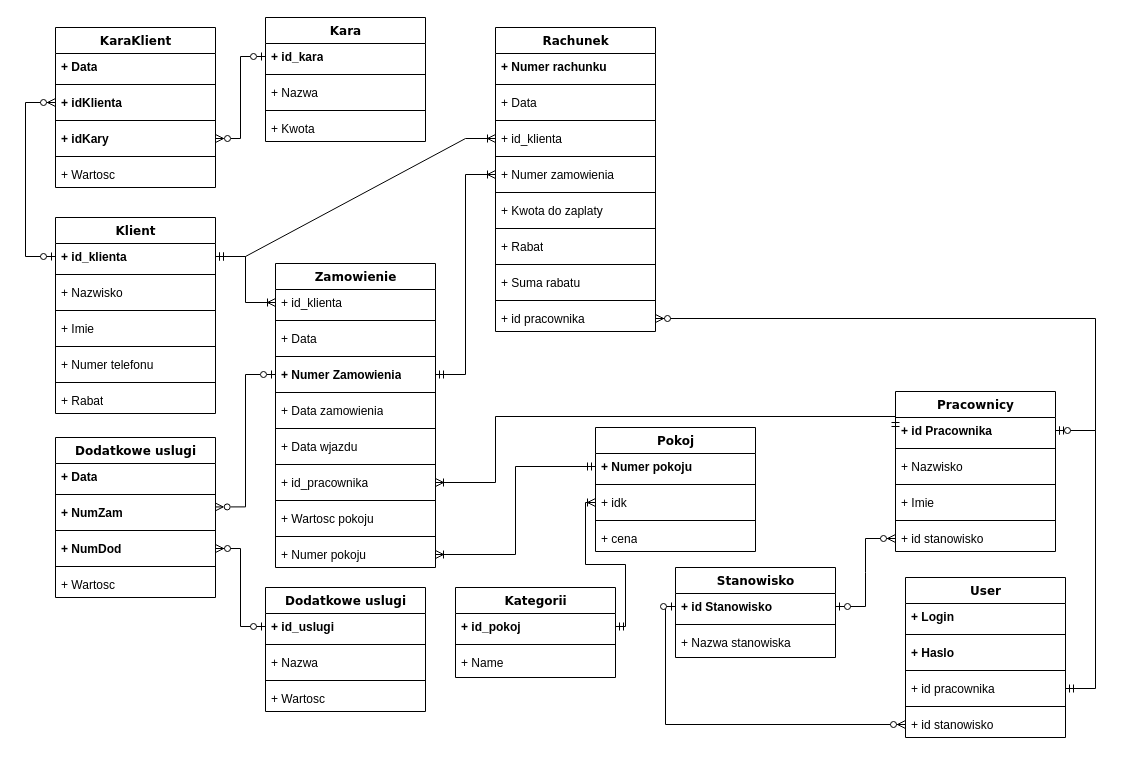
Earlier version of the draw.io diagram Hotel California.drawio (DemskyiDm/Horyzont). Source tidied: cells renumbered, new cells numbered last; positions are measured from the earlier drawing's top-left corner, leaving out a move shared by most shapes. Both pictures are drawn from the tidied source at 100%, with x=0, y=0 at pixel (25, 17).
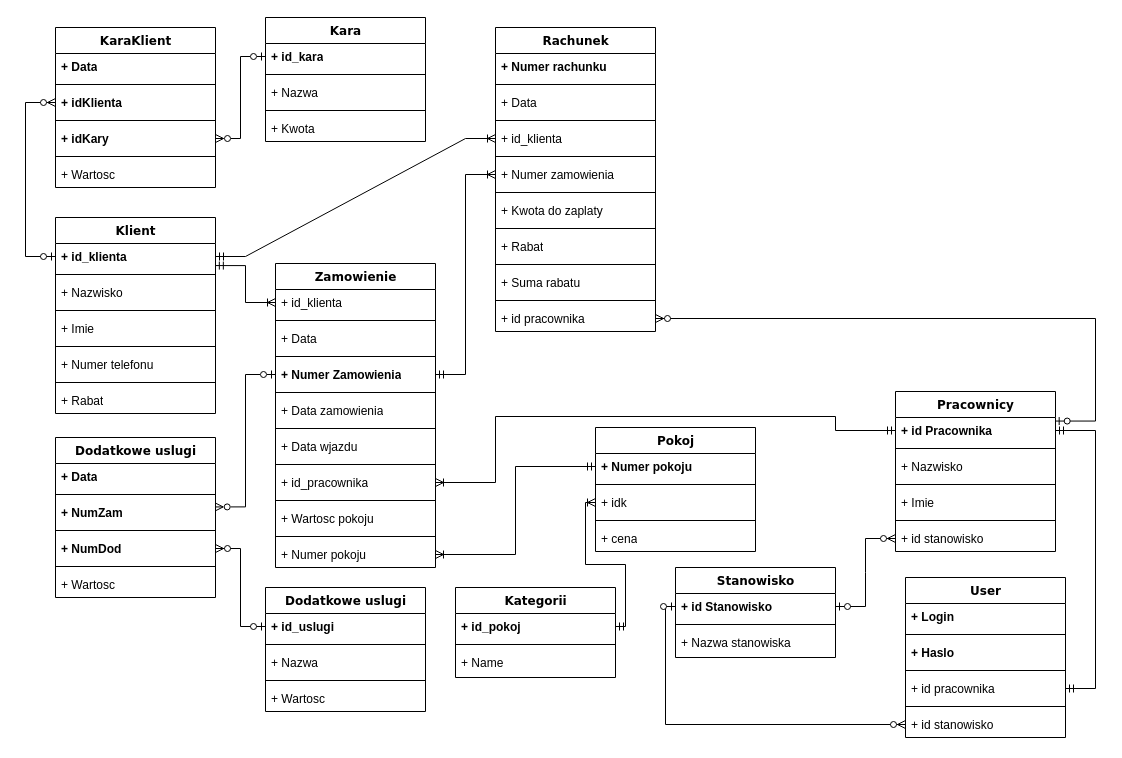
After the change.

The change refers to these unchanged cells:
```xml
<mxCell id="22" value="&lt;b&gt;+ id_klienta&lt;/b&gt;" style="text;html=1;strokeColor=none;fillColor=none;align=left;verticalAlign=top;spacingLeft=4;spacingRight=4;whiteSpace=wrap;overflow=hidden;points=[[0,0.5],[1,0.5]];portConstraint=eastwest;" parent="21" vertex="1">
  <mxGeometry y="26" width="160" height="26" as="geometry" />
</mxCell>
<mxCell id="46" value="+ id_klienta" style="text;html=1;strokeColor=none;fillColor=none;align=left;verticalAlign=top;spacingLeft=4;spacingRight=4;whiteSpace=wrap;overflow=hidden;points=[[0,0.5],[1,0.5]];portConstraint=eastwest;" parent="45" vertex="1">
  <mxGeometry y="26" width="160" height="26" as="geometry" />
</mxCell>
<mxCell id="56" value="+ id_pracownika" style="text;html=1;strokeColor=none;fillColor=none;align=left;verticalAlign=top;spacingLeft=4;spacingRight=4;whiteSpace=wrap;overflow=hidden;points=[[0,0.5],[1,0.5]];portConstraint=eastwest;" parent="45" vertex="1">
  <mxGeometry y="206" width="160" height="26" as="geometry" />
</mxCell>
<mxCell id="71" value="+ id pracownika" style="text;html=1;strokeColor=none;fillColor=none;align=left;verticalAlign=top;spacingLeft=4;spacingRight=4;whiteSpace=wrap;overflow=hidden;points=[[0,0.5],[1,0.5]];portConstraint=eastwest;" parent="66" vertex="1">
  <mxGeometry y="98" width="160" height="26" as="geometry" />
</mxCell>
<mxCell id="75" value="&lt;b&gt;+ id Pracownika&lt;/b&gt;" style="text;html=1;strokeColor=none;fillColor=none;align=left;verticalAlign=top;spacingLeft=4;spacingRight=4;whiteSpace=wrap;overflow=hidden;points=[[0,0.5],[1,0.5]];portConstraint=eastwest;" parent="74" vertex="1">
  <mxGeometry y="26" width="160" height="26" as="geometry" />
</mxCell>
<mxCell id="109" value="+ id pracownika" style="text;html=1;strokeColor=none;fillColor=none;align=left;verticalAlign=top;spacingLeft=4;spacingRight=4;whiteSpace=wrap;overflow=hidden;points=[[0,0.5],[1,0.5]];portConstraint=eastwest;" parent="94" vertex="1">
  <mxGeometry y="278" width="160" height="26" as="geometry" />
</mxCell>
```

What changed in the source:
```diff
@@
-    <mxCell id="8" style="edgeStyle=orthogonalEdgeStyle;fontSize=12;html=1;endArrow=ERoneToMany;startArrow=ERmandOne;rounded=0;exitX=1;exitY=0.5;exitDx=0;exitDy=0;" parent="1" edge="1" source="22" target="46">
+    <mxCell id="8" style="edgeStyle=orthogonalEdgeStyle;fontSize=12;html=1;endArrow=ERoneToMany;startArrow=ERmandOne;rounded=0;exitX=0.999;exitY=0.849;exitDx=0;exitDy=0;exitPerimeter=0;" parent="1" edge="1" source="22" target="46">
       <mxGeometry relative="1" as="geometry" />
     </mxCell>
@@
-    <mxCell id="82" style="edgeStyle=orthogonalEdgeStyle;fontSize=12;html=1;endArrow=ERmandOne;startArrow=ERmandOne;rounded=0;exitX=1;exitY=0.5;exitDx=0;exitDy=0;entryX=1;entryY=0.5;entryDx=0;entryDy=0;" parent="1" edge="1" source="71" target="75">
+    <mxCell id="82" style="edgeStyle=orthogonalEdgeStyle;fontSize=12;html=1;endArrow=ERmandOne;startArrow=ERmandOne;rounded=0;exitX=1;exitY=0.5;exitDx=0;exitDy=0;" parent="1" edge="1" source="71" target="75">
       <mxGeometry relative="1" as="geometry">
         <Array as="points">
           <mxPoint x="1070" y="671" />
           <mxPoint x="1070" y="413" />
         </Array>
       </mxGeometry>
     </mxCell>
@@
     <mxCell id="110" style="edgeStyle=orthogonalEdgeStyle;fontSize=12;html=1;endArrow=ERoneToMany;startArrow=ERmandOne;rounded=0;exitX=0;exitY=0.5;exitDx=0;exitDy=0;entryX=1;entryY=0.5;entryDx=0;entryDy=0;startFill=0;endFill=0;" parent="1" edge="1" source="75" target="56">
       <mxGeometry relative="1" as="geometry">
         <Array as="points">
-          <mxPoint x="870" y="399" />
+          <mxPoint x="810" y="413" />
+          <mxPoint x="810" y="399" />
           <mxPoint x="470" y="399" />
           <mxPoint x="470" y="465" />
         </Array>
       </mxGeometry>
     </mxCell>
@@
-    <mxCell id="112" style="edgeStyle=orthogonalEdgeStyle;fontSize=12;html=1;endArrow=ERzeroToMany;startArrow=ERzeroToOne;rounded=0;exitX=1;exitY=0.5;exitDx=0;exitDy=0;entryX=1;entryY=0.5;entryDx=0;entryDy=0;" parent="1" edge="1" source="75" target="109">
+    <mxCell id="112" style="edgeStyle=elbowEdgeStyle;fontSize=12;html=1;endArrow=ERzeroToMany;startArrow=ERzeroToOne;rounded=0;entryX=1;entryY=0.5;entryDx=0;entryDy=0;exitX=0.998;exitY=0.137;exitDx=0;exitDy=0;exitPerimeter=0;" parent="1" edge="1" source="75" target="109">
       <mxGeometry relative="1" as="geometry">
         <Array as="points">
-          <mxPoint x="1070" y="413" />
-          <mxPoint x="1070" y="301" />
+          <mxPoint x="1070" y="350" />
         </Array>
       </mxGeometry>
     </mxCell>
```
